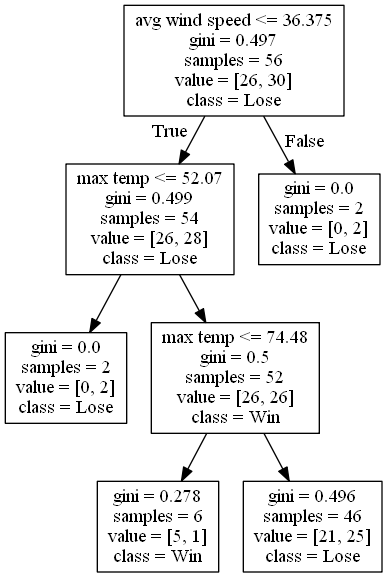
alexana-steck/CSE482Project keeps this Graphviz diagram as DecisionTrees/decision_tree_no_score_or_attendance1.png. Above is the earlier version. Its source is kept beside it as DecisionTrees/decision_tree_no_score_or_attendance1.dot.
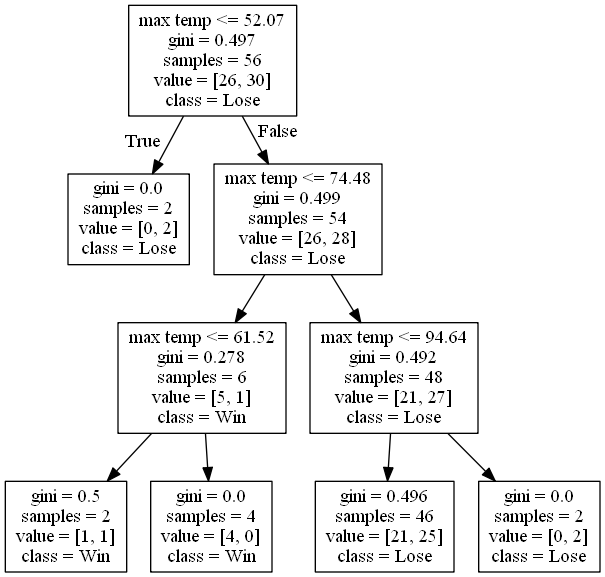
After the change.

What changed in the source:
```diff
@@ -1,16 +1,20 @@
 digraph Tree {
 node [shape=box] ;
-0 [label="avg wind speed <= 36.375\ngini = 0.497\nsamples = 56\nvalue = [26, 30]\nclass = Lose"] ;
-1 [label="max temp <= 52.07\ngini = 0.499\nsamples = 54\nvalue = [26, 28]\nclass = Lose"] ;
+0 [label="max temp <= 52.07\ngini = 0.497\nsamples = 56\nvalue = [26, 30]\nclass = Lose"] ;
+1 [label="gini = 0.0\nsamples = 2\nvalue = [0, 2]\nclass = Lose"] ;
 0 -> 1 [labeldistance=2.5, labelangle=45, headlabel="True"] ;
-2 [label="gini = 0.0\nsamples = 2\nvalue = [0, 2]\nclass = Lose"] ;
-1 -> 2 ;
-3 [label="max temp <= 74.48\ngini = 0.5\nsamples = 52\nvalue = [26, 26]\nclass = Win"] ;
-1 -> 3 ;
-4 [label="gini = 0.278\nsamples = 6\nvalue = [5, 1]\nclass = Win"] ;
+2 [label="max temp <= 74.48\ngini = 0.499\nsamples = 54\nvalue = [26, 28]\nclass = Lose"] ;
+0 -> 2 [labeldistance=2.5, labelangle=-45, headlabel="False"] ;
+3 [label="max temp <= 61.52\ngini = 0.278\nsamples = 6\nvalue = [5, 1]\nclass = Win"] ;
+2 -> 3 ;
+4 [label="gini = 0.5\nsamples = 2\nvalue = [1, 1]\nclass = Win"] ;
 3 -> 4 ;
-5 [label="gini = 0.496\nsamples = 46\nvalue = [21, 25]\nclass = Lose"] ;
+5 [label="gini = 0.0\nsamples = 4\nvalue = [4, 0]\nclass = Win"] ;
 3 -> 5 ;
-6 [label="gini = 0.0\nsamples = 2\nvalue = [0, 2]\nclass = Lose"] ;
-0 -> 6 [labeldistance=2.5, labelangle=-45, headlabel="False"] ;
+6 [label="max temp <= 94.64\ngini = 0.492\nsamples = 48\nvalue = [21, 27]\nclass = Lose"] ;
+2 -> 6 ;
+7 [label="gini = 0.496\nsamples = 46\nvalue = [21, 25]\nclass = Lose"] ;
+6 -> 7 ;
+8 [label="gini = 0.0\nsamples = 2\nvalue = [0, 2]\nclass = Lose"] ;
+6 -> 8 ;
 }
```
